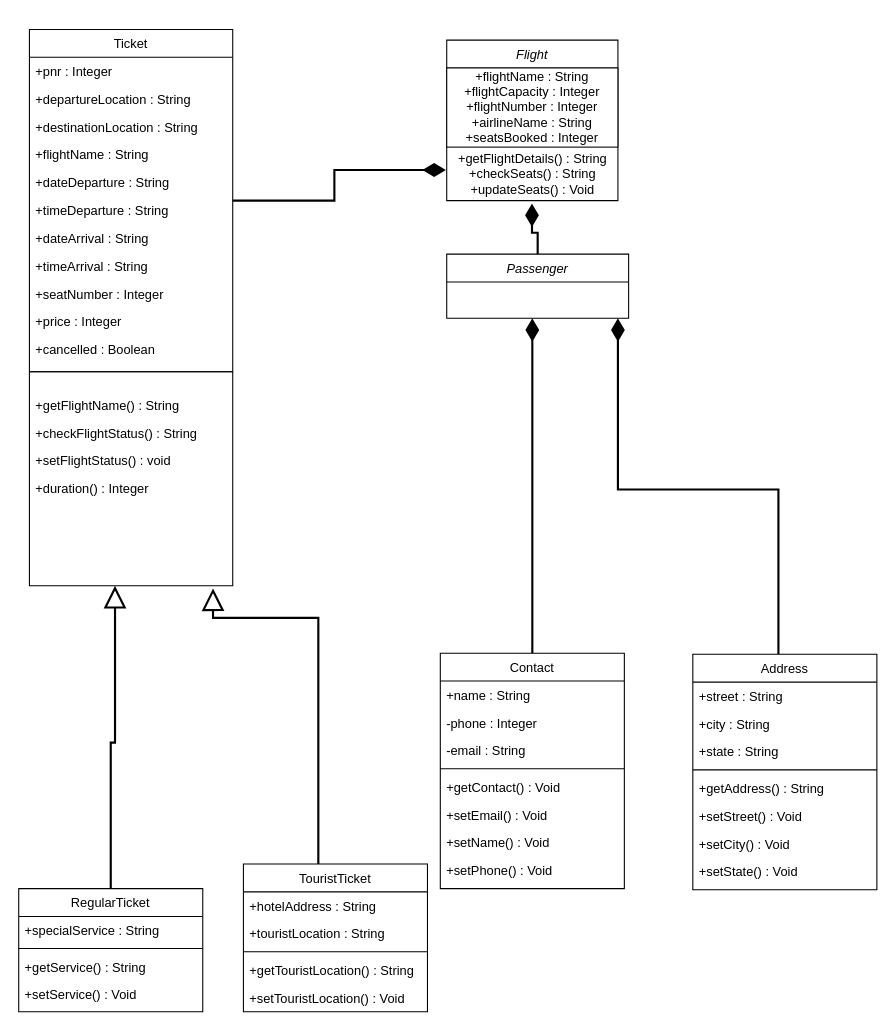
SHIVSB/Flight-Reservation-System-Java keeps this draw.io diagram as diagram.drawio. Above is the earlier version. Source tidied: cells renumbered, new cells numbered last; positions are measured from the earlier drawing's top-left corner, leaving out a move shared by most shapes. Both pictures are drawn from the tidied source at 107%, with x=0, y=0 at pixel (18, 29).
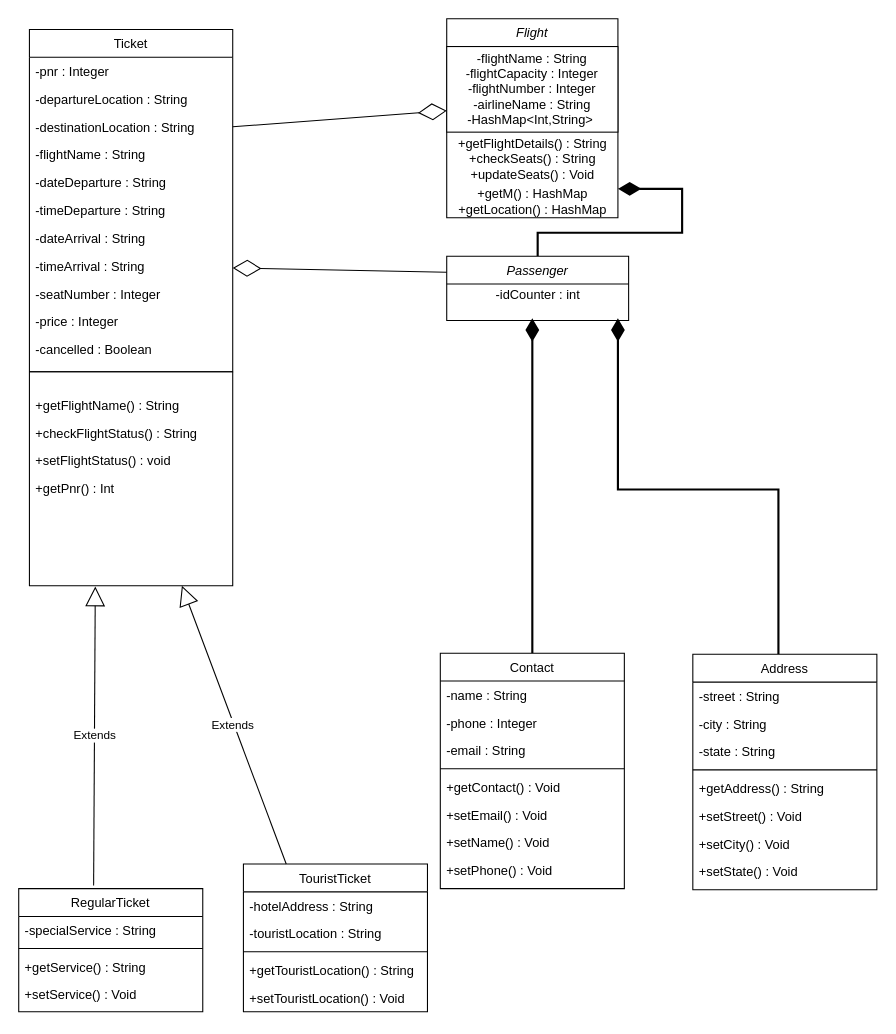
After the change.

Unchanged cells that the change refers to:
```xml
<mxCell id="6" value="Address" style="swimlane;fontStyle=0;align=center;verticalAlign=top;horizontal=1;startSize=26;rounded=0;shadow=0;strokeWidth=1;" parent="1" vertex="1">
  <mxGeometry x="630" y="584" width="172" height="220" as="geometry" />
</mxCell>
<mxCell id="16" value="Contact" style="swimlane;fontStyle=0;align=center;verticalAlign=top;horizontal=1;startSize=26;rounded=0;shadow=0;strokeWidth=1;" parent="1" vertex="1">
  <mxGeometry x="394" y="583" width="172" height="220" as="geometry" />
</mxCell>
<mxCell id="28" value="Ticket" style="swimlane;fontStyle=0;align=center;verticalAlign=top;horizontal=1;startSize=26;rounded=0;shadow=0;strokeWidth=1;" parent="1" vertex="1">
  <mxGeometry x="10" width="190" height="320" as="geometry" />
</mxCell>
<mxCell id="40" style="swimlane;startSize=0;" parent="1" vertex="1">
  <mxGeometry x="10" y="320" width="190" height="200" as="geometry" />
</mxCell>
<mxCell id="46" value="RegularTicket" style="swimlane;fontStyle=0;align=center;verticalAlign=top;horizontal=1;startSize=26;rounded=0;shadow=0;strokeWidth=1;" parent="1" vertex="1">
  <mxGeometry y="803" width="172" height="115" as="geometry" />
</mxCell>
<mxCell id="52" value="TouristTicket" style="swimlane;fontStyle=0;align=center;verticalAlign=top;horizontal=1;startSize=26;rounded=0;shadow=0;strokeWidth=1;" parent="1" vertex="1">
  <mxGeometry x="210" y="780" width="172" height="138" as="geometry" />
</mxCell>
```

What changed in the source:
```diff
@@
     <mxCell id="2" value="Flight" style="swimlane;fontStyle=2;align=center;verticalAlign=top;horizontal=1;startSize=26;rounded=0;shadow=0;strokeWidth=1;" parent="1" vertex="1">
-      <mxGeometry x="400" y="10" width="160" height="150" as="geometry" />
+      <mxGeometry x="400" y="-10" width="160" height="186" as="geometry" />
     </mxCell>
-    <mxCell id="3" value="+flightName : String&lt;br&gt;+flightCapacity : Integer&lt;br&gt;+flightNumber : Integer&lt;br&gt;+airlineName : String&lt;br&gt;+seatsBooked : Integer&lt;br&gt;" style="whiteSpace=wrap;html=1;" parent="2" vertex="1">
-      <mxGeometry y="26" width="160" height="74" as="geometry" />
+    <mxCell id="3" value="-flightName : String&lt;br&gt;-flightCapacity : Integer&lt;br&gt;-flightNumber : Integer&lt;br&gt;-airlineName : String&lt;br&gt;-HashMap&amp;lt;Int,String&amp;gt;&amp;nbsp;" style="whiteSpace=wrap;html=1;" parent="2" vertex="1">
+      <mxGeometry y="26" width="160" height="80" as="geometry" />
     </mxCell>
-    <mxCell id="4" value="+getFlightDetails() : String&lt;br&gt;+checkSeats() : String&lt;br&gt;+updateSeats() : Void" style="text;html=1;align=center;verticalAlign=middle;points=[];strokeColor=none;fillColor=none;" parent="2" vertex="1">
-      <mxGeometry y="100" width="160" height="50" as="geometry" />
+    <mxCell id="4" value="+getFlightDetails() : String&lt;br&gt;+checkSeats() : String&lt;br&gt;+updateSeats() : Void&lt;br&gt;" style="text;html=1;align=center;verticalAlign=middle;points=[];strokeColor=none;fillColor=none;" parent="2" vertex="1">
+      <mxGeometry y="106" width="160" height="50" as="geometry" />
     </mxCell>
+    <mxCell id="58" value="+getM() : HashMap&lt;br&gt;+getLocation() : HashMap" style="text;html=1;align=center;verticalAlign=middle;strokeColor=none;fillColor=none;" parent="2" vertex="1">
+      <mxGeometry y="156" width="160" height="30" as="geometry" />
+    </mxCell>
@@
-    <mxCell id="7" value="+street : String" style="text;align=left;verticalAlign=top;spacingLeft=4;spacingRight=4;overflow=hidden;" parent="6" vertex="1">
+    <mxCell id="7" value="-street : String" style="text;align=left;verticalAlign=top;spacingLeft=4;spacingRight=4;overflow=hidden;" parent="6" vertex="1">
       <mxGeometry y="26" width="172" height="26" as="geometry" />
     </mxCell>
-    <mxCell id="8" value="+city : String" style="text;align=left;verticalAlign=top;spacingLeft=4;spacingRight=4;overflow=hidden;rounded=0;shadow=0;html=0;" parent="6" vertex="1">
+    <mxCell id="8" value="-city : String" style="text;align=left;verticalAlign=top;spacingLeft=4;spacingRight=4;overflow=hidden;rounded=0;shadow=0;html=0;" parent="6" vertex="1">
       <mxGeometry y="52" width="172" height="26" as="geometry" />
     </mxCell>
-    <mxCell id="9" value="+state : String" style="text;align=left;verticalAlign=top;spacingLeft=4;spacingRight=4;overflow=hidden;rounded=0;shadow=0;html=0;" parent="6" vertex="1">
+    <mxCell id="9" value="-state : String" style="text;align=left;verticalAlign=top;spacingLeft=4;spacingRight=4;overflow=hidden;rounded=0;shadow=0;html=0;" parent="6" vertex="1">
       <mxGeometry y="78" width="172" height="26" as="geometry" />
     </mxCell>
@@
-    <mxCell id="17" value="+name : String" style="text;align=left;verticalAlign=top;spacingLeft=4;spacingRight=4;overflow=hidden;" parent="16" vertex="1">
+    <mxCell id="17" value="-name : String" style="text;align=left;verticalAlign=top;spacingLeft=4;spacingRight=4;overflow=hidden;" parent="16" vertex="1">
       <mxGeometry y="26" width="172" height="26" as="geometry" />
     </mxCell>
@@
-    <mxCell id="25" style="edgeStyle=orthogonalEdgeStyle;rounded=0;jettySize=auto;html=1;entryX=0.498;entryY=1.056;entryDx=0;entryDy=0;entryPerimeter=0;endArrow=diamondThin;endFill=1;endSize=16;targetPerimeterSpacing=10;strokeWidth=2;" parent="1" edge="1" source="26" target="4">
-      <mxGeometry relative="1" as="geometry" />
+    <mxCell id="25" style="edgeStyle=orthogonalEdgeStyle;rounded=0;jettySize=auto;html=1;endArrow=diamondThin;endFill=1;endSize=16;targetPerimeterSpacing=10;strokeWidth=2;" parent="1" edge="1" source="26">
+      <mxGeometry relative="1" as="geometry">
+        <mxPoint x="560" y="149" as="targetPoint" />
+        <Array as="points">
+          <mxPoint x="485" y="190" />
+          <mxPoint x="620" y="190" />
+          <mxPoint x="620" y="149" />
+        </Array>
+      </mxGeometry>
     </mxCell>
     <mxCell id="26" value="Passenger" style="swimlane;fontStyle=2;align=center;verticalAlign=top;horizontal=1;startSize=26;rounded=0;shadow=0;strokeWidth=1;" parent="1" vertex="1">
-      <mxGeometry x="400" y="210" width="170" height="60" as="geometry" />
+      <mxGeometry x="400" y="212" width="170" height="60" as="geometry" />
     </mxCell>
-    <mxCell id="27" style="edgeStyle=orthogonalEdgeStyle;rounded=0;jettySize=auto;html=1;entryX=-0.005;entryY=0.427;entryDx=0;entryDy=0;entryPerimeter=0;endArrow=diamondThin;endFill=1;endSize=16;targetPerimeterSpacing=10;strokeWidth=2;" parent="1" edge="1" source="28" target="4">
-      <mxGeometry relative="1" as="geometry" />
-    </mxCell>
+    <mxCell id="59" value="-idCounter : int" style="text;html=1;align=center;verticalAlign=middle;strokeColor=none;fillColor=none;" parent="26" vertex="1">
+      <mxGeometry y="26" width="170" height="20" as="geometry" />
+    </mxCell>
@@
-    <mxCell id="29" value="+pnr : Integer" style="text;align=left;verticalAlign=top;spacingLeft=4;spacingRight=4;overflow=hidden;" parent="28" vertex="1">
+    <mxCell id="29" value="-pnr : Integer" style="text;align=left;verticalAlign=top;spacingLeft=4;spacingRight=4;overflow=hidden;" parent="28" vertex="1">
       <mxGeometry y="26" width="190" height="26" as="geometry" />
     </mxCell>
-    <mxCell id="30" value="+departureLocation : String" style="text;align=left;verticalAlign=top;spacingLeft=4;spacingRight=4;overflow=hidden;rounded=0;shadow=0;html=0;" parent="28" vertex="1">
+    <mxCell id="30" value="-departureLocation : String" style="text;align=left;verticalAlign=top;spacingLeft=4;spacingRight=4;overflow=hidden;rounded=0;shadow=0;html=0;" parent="28" vertex="1">
       <mxGeometry y="52" width="190" height="26" as="geometry" />
     </mxCell>
-    <mxCell id="31" value="+destinationLocation : String&#10;" style="text;align=left;verticalAlign=top;spacingLeft=4;spacingRight=4;overflow=hidden;points=[[0,0.5],[1,0.5]];portConstraint=eastwest;rounded=0;shadow=0;html=0;" parent="28" vertex="1">
+    <mxCell id="31" value="-destinationLocation : String&#10;" style="text;align=left;verticalAlign=top;spacingLeft=4;spacingRight=4;overflow=hidden;points=[[0,0.5],[1,0.5]];portConstraint=eastwest;rounded=0;shadow=0;html=0;" parent="28" vertex="1">
       <mxGeometry y="78" width="190" height="26" as="geometry" />
     </mxCell>
-    <mxCell id="32" value="+flightName : String&#10;" style="text;align=left;verticalAlign=top;spacingLeft=4;spacingRight=4;overflow=hidden;rounded=0;shadow=0;html=0;" parent="28" vertex="1">
+    <mxCell id="32" value="-flightName : String&#10;" style="text;align=left;verticalAlign=top;spacingLeft=4;spacingRight=4;overflow=hidden;rounded=0;shadow=0;html=0;" parent="28" vertex="1">
       <mxGeometry y="104" width="190" height="26" as="geometry" />
     </mxCell>
-    <mxCell id="33" value="+dateDeparture : String&#10;" style="text;align=left;verticalAlign=top;spacingLeft=4;spacingRight=4;overflow=hidden;rounded=0;shadow=0;html=0;" parent="28" vertex="1">
+    <mxCell id="33" value="-dateDeparture : String&#10;" style="text;align=left;verticalAlign=top;spacingLeft=4;spacingRight=4;overflow=hidden;rounded=0;shadow=0;html=0;" parent="28" vertex="1">
       <mxGeometry y="130" width="190" height="26" as="geometry" />
     </mxCell>
-    <mxCell id="34" value="+timeDeparture : String" style="text;align=left;verticalAlign=top;spacingLeft=4;spacingRight=4;overflow=hidden;rounded=0;shadow=0;html=0;" parent="28" vertex="1">
+    <mxCell id="34" value="-timeDeparture : String" style="text;align=left;verticalAlign=top;spacingLeft=4;spacingRight=4;overflow=hidden;rounded=0;shadow=0;html=0;" parent="28" vertex="1">
       <mxGeometry y="156" width="190" height="26" as="geometry" />
     </mxCell>
-    <mxCell id="35" value="+dateArrival : String" style="text;align=left;verticalAlign=top;spacingLeft=4;spacingRight=4;overflow=hidden;rounded=0;shadow=0;html=0;" parent="28" vertex="1">
+    <mxCell id="35" value="-dateArrival : String" style="text;align=left;verticalAlign=top;spacingLeft=4;spacingRight=4;overflow=hidden;rounded=0;shadow=0;html=0;" parent="28" vertex="1">
       <mxGeometry y="182" width="190" height="26" as="geometry" />
     </mxCell>
-    <mxCell id="36" value="+timeArrival : String" style="text;align=left;verticalAlign=top;spacingLeft=4;spacingRight=4;overflow=hidden;points=[[0,0.5],[1,0.5]];portConstraint=eastwest;rounded=0;shadow=0;html=0;" parent="28" vertex="1">
+    <mxCell id="36" value="-timeArrival : String" style="text;align=left;verticalAlign=top;spacingLeft=4;spacingRight=4;overflow=hidden;points=[[0,0.5],[1,0.5]];portConstraint=eastwest;rounded=0;shadow=0;html=0;" parent="28" vertex="1">
       <mxGeometry y="208" width="190" height="26" as="geometry" />
     </mxCell>
-    <mxCell id="37" value="+seatNumber : Integer" style="text;align=left;verticalAlign=top;spacingLeft=4;spacingRight=4;overflow=hidden;rounded=0;shadow=0;html=0;" parent="28" vertex="1">
+    <mxCell id="37" value="-seatNumber : Integer" style="text;align=left;verticalAlign=top;spacingLeft=4;spacingRight=4;overflow=hidden;rounded=0;shadow=0;html=0;" parent="28" vertex="1">
       <mxGeometry y="234" width="190" height="26" as="geometry" />
     </mxCell>
-    <mxCell id="38" value="+price : Integer" style="text;align=left;verticalAlign=top;spacingLeft=4;spacingRight=4;overflow=hidden;rounded=0;shadow=0;html=0;" parent="28" vertex="1">
+    <mxCell id="38" value="-price : Integer" style="text;align=left;verticalAlign=top;spacingLeft=4;spacingRight=4;overflow=hidden;rounded=0;shadow=0;html=0;" parent="28" vertex="1">
       <mxGeometry y="260" width="190" height="26" as="geometry" />
     </mxCell>
-    <mxCell id="39" value="+cancelled : Boolean" style="text;align=left;verticalAlign=top;spacingLeft=4;spacingRight=4;overflow=hidden;rounded=0;shadow=0;html=0;" parent="28" vertex="1">
+    <mxCell id="39" value="-cancelled : Boolean" style="text;align=left;verticalAlign=top;spacingLeft=4;spacingRight=4;overflow=hidden;rounded=0;shadow=0;html=0;" parent="28" vertex="1">
       <mxGeometry y="286" width="190" height="26" as="geometry" />
     </mxCell>
@@
-    <mxCell id="44" value="+duration() : Integer" style="text;align=left;verticalAlign=top;spacingLeft=4;spacingRight=4;overflow=hidden;rounded=0;shadow=0;html=0;" parent="40" vertex="1">
-      <mxGeometry y="96" width="172" height="26" as="geometry" />
-    </mxCell>
-    <mxCell id="45" style="edgeStyle=orthogonalEdgeStyle;rounded=0;jettySize=auto;html=1;entryX=0.421;entryY=1;entryDx=0;entryDy=0;entryPerimeter=0;endArrow=block;endFill=0;endSize=16;targetPerimeterSpacing=10;strokeWidth=2;" parent="1" edge="1" source="46" target="40">
-      <mxGeometry relative="1" as="geometry" />
-    </mxCell>
+    <mxCell id="60" value="+getPnr() : Int&#10;" style="text;align=left;verticalAlign=top;spacingLeft=4;spacingRight=4;overflow=hidden;rounded=0;shadow=0;html=0;" parent="40" vertex="1">
+      <mxGeometry y="96" width="172" height="26" as="geometry" />
+    </mxCell>
@@
-    <mxCell id="47" value="+specialService : String" style="text;align=left;verticalAlign=top;spacingLeft=4;spacingRight=4;overflow=hidden;" parent="46" vertex="1">
+    <mxCell id="47" value="-specialService : String" style="text;align=left;verticalAlign=top;spacingLeft=4;spacingRight=4;overflow=hidden;" parent="46" vertex="1">
       <mxGeometry y="26" width="172" height="26" as="geometry" />
     </mxCell>
@@
-    <mxCell id="51" style="edgeStyle=orthogonalEdgeStyle;rounded=0;jettySize=auto;html=1;entryX=0.903;entryY=1.012;entryDx=0;entryDy=0;entryPerimeter=0;endArrow=block;endFill=0;endSize=16;targetPerimeterSpacing=10;strokeWidth=2;" parent="1" edge="1" source="52" target="40">
-      <mxGeometry relative="1" as="geometry">
-        <Array as="points">
-          <mxPoint x="280" y="550" />
-          <mxPoint x="182" y="550" />
-        </Array>
-      </mxGeometry>
-    </mxCell>
@@
-    <mxCell id="53" value="+hotelAddress : String" style="text;align=left;verticalAlign=top;spacingLeft=4;spacingRight=4;overflow=hidden;" parent="52" vertex="1">
+    <mxCell id="53" value="-hotelAddress : String" style="text;align=left;verticalAlign=top;spacingLeft=4;spacingRight=4;overflow=hidden;" parent="52" vertex="1">
       <mxGeometry y="26" width="172" height="26" as="geometry" />
     </mxCell>
-    <mxCell id="54" value="+touristLocation : String" style="text;align=left;verticalAlign=top;spacingLeft=4;spacingRight=4;overflow=hidden;rounded=0;shadow=0;html=0;" parent="52" vertex="1">
+    <mxCell id="54" value="-touristLocation : String" style="text;align=left;verticalAlign=top;spacingLeft=4;spacingRight=4;overflow=hidden;rounded=0;shadow=0;html=0;" parent="52" vertex="1">
       <mxGeometry y="52" width="172" height="26" as="geometry" />
     </mxCell>
@@
+    <mxCell id="61" style="endArrow=diamondThin;endFill=0;endSize=24;html=1;rounded=0;entryX=0;entryY=0.75;entryDx=0;entryDy=0;exitX=1;exitY=0.5;exitDx=0;exitDy=0;" parent="1" edge="1" source="31" target="3">
+      <mxGeometry relative="1" as="geometry" />
+    </mxCell>
+    <mxCell id="62" style="endArrow=diamondThin;endFill=0;endSize=24;html=1;rounded=0;exitX=0;exitY=0.25;exitDx=0;exitDy=0;" parent="1" edge="1" source="26" target="36">
+      <mxGeometry relative="1" as="geometry" />
+    </mxCell>
+    <mxCell id="63" value="Extends" style="endArrow=block;endSize=16;endFill=0;html=1;rounded=0;entryX=0.324;entryY=1.003;entryDx=0;entryDy=0;entryPerimeter=0;" parent="1" edge="1" target="40">
+      <mxGeometry relative="1" as="geometry">
+        <mxPoint x="70" y="800" as="sourcePoint" />
+      </mxGeometry>
+    </mxCell>
+    <mxCell id="64" value="Extends" style="endArrow=block;endSize=16;endFill=0;html=1;rounded=0;entryX=0.75;entryY=1;entryDx=0;entryDy=0;" parent="1" edge="1" target="40">
+      <mxGeometry y="1" relative="1" as="geometry">
+        <mxPoint x="250" y="780" as="sourcePoint" />
+      </mxGeometry>
+    </mxCell>
```
